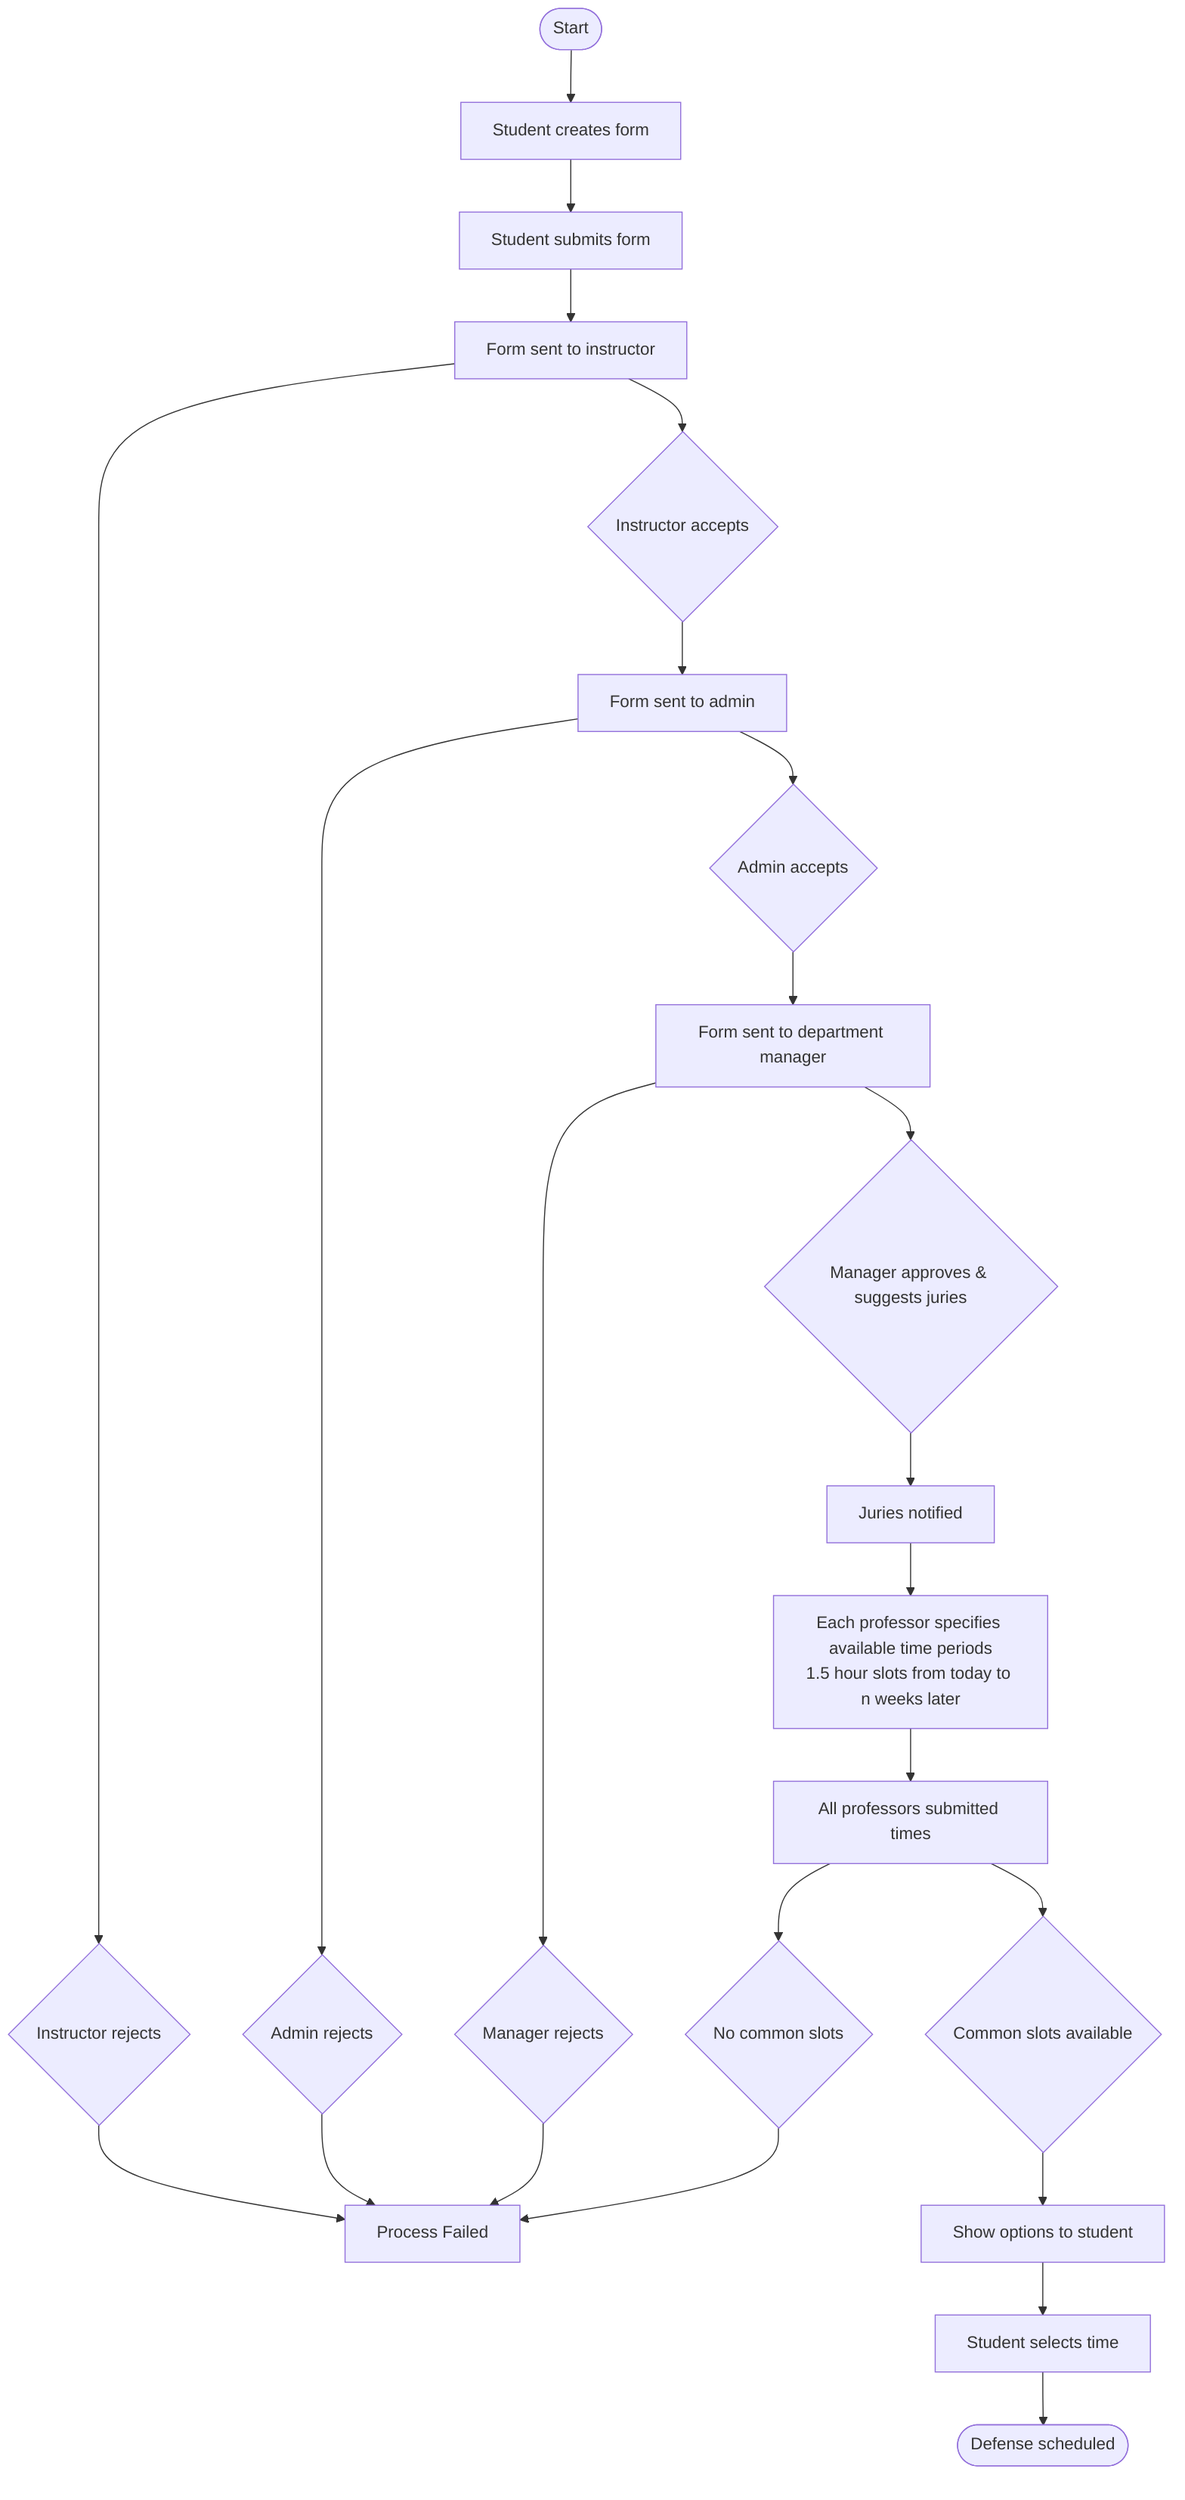
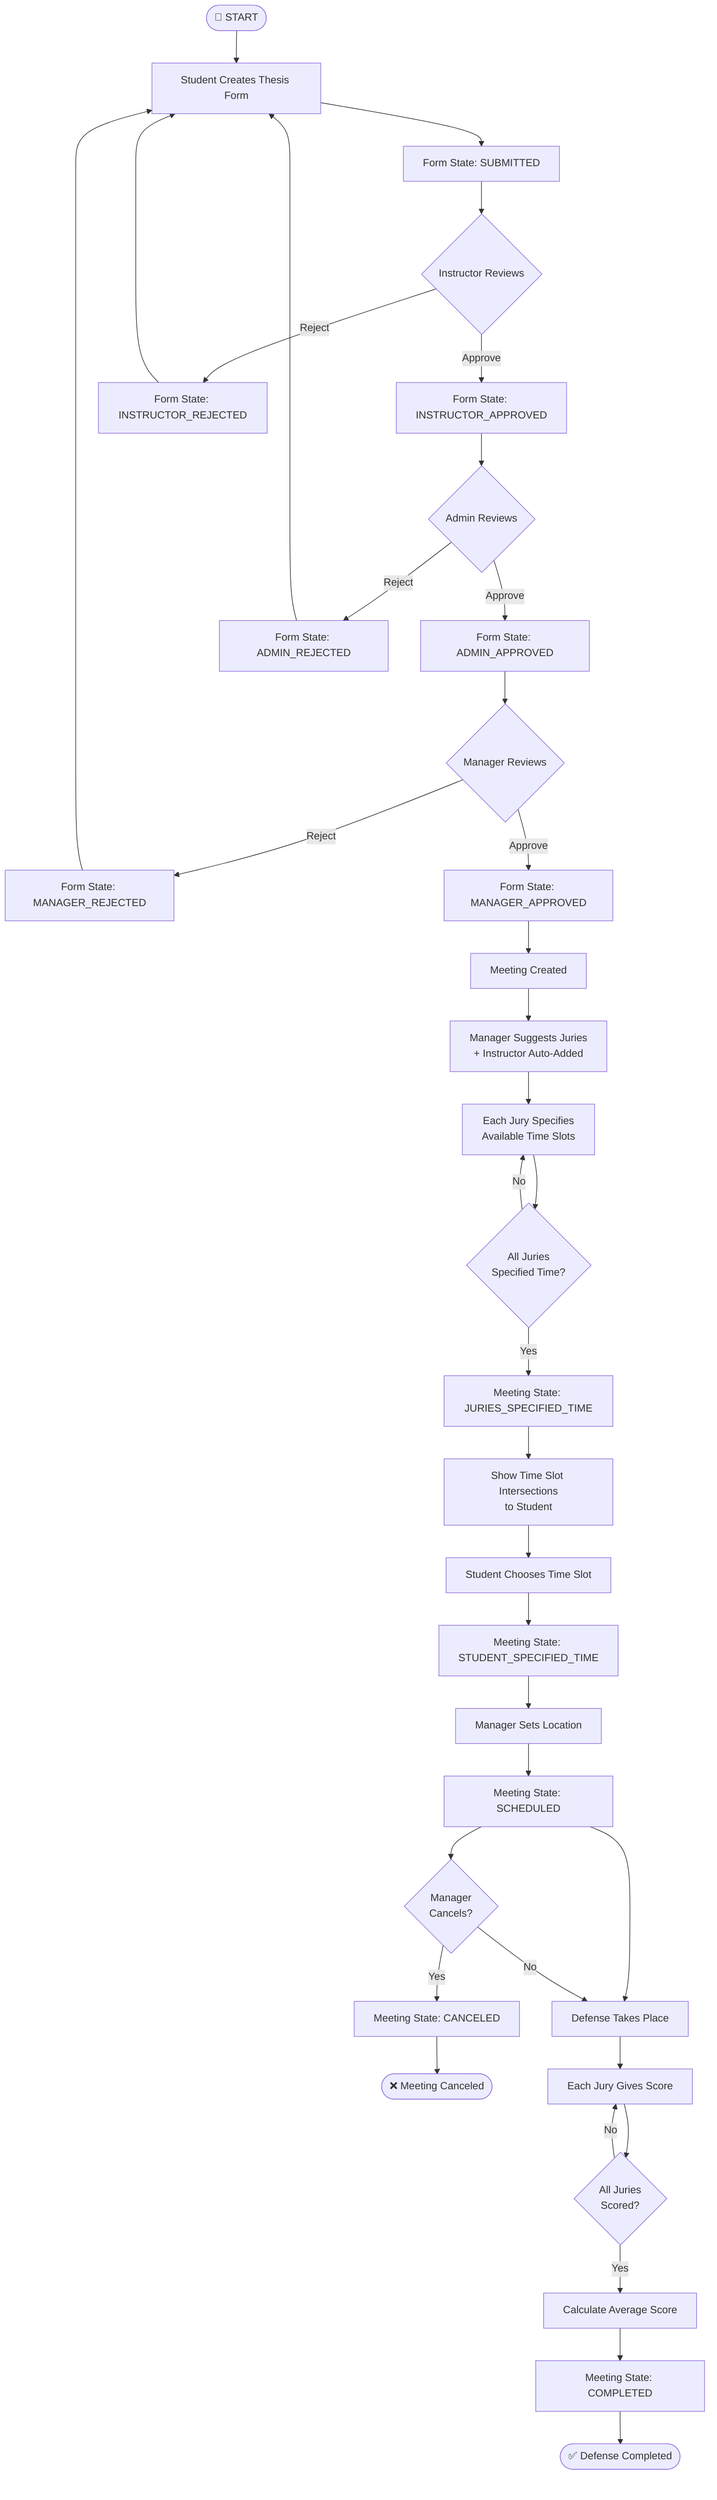
- flowchart TD
-     Start([Start]) --> Draft[Student creates form]
+     flowchart TB
+         START([🚀 START])
+     END_SUCCESS([✅ Defense Completed])
+     END_CANCEL([❌ Meeting Canceled])

-     Draft --> Submitted[Student submits form]
+     %% Student Initial Action
+     START --> S1[Student Creates Thesis Form]
+     S1 --> SUBMITTED[Form State: SUBMITTED]

-     Submitted --> InstructorReview[Form sent to instructor]
+     %% Instructor Review
+     SUBMITTED --> I_REVIEW{Instructor Reviews}
+     I_REVIEW -->|Approve| INST_APPROVED[Form State: INSTRUCTOR_APPROVED]
+     I_REVIEW -->|Reject| INST_REJECTED[Form State: INSTRUCTOR_REJECTED]
+     INST_REJECTED --> S1

-     InstructorReview --> InstructorRejected{Instructor rejects}
-     InstructorReview --> InstructorApproved{Instructor accepts}
+     %% Admin Review
+     INST_APPROVED --> A_REVIEW{Admin Reviews}
+     A_REVIEW -->|Approve| ADMIN_APPROVED[Form State: ADMIN_APPROVED]
+     A_REVIEW -->|Reject| ADMIN_REJECTED[Form State: ADMIN_REJECTED]
+     ADMIN_REJECTED --> S1

-     InstructorRejected --> End1([Process Failed])
+     %% Manager Review & Meeting Creation
+     ADMIN_APPROVED --> M_REVIEW{Manager Reviews}
+     M_REVIEW -->|Reject| MGR_REJECTED[Form State: MANAGER_REJECTED]
+     MGR_REJECTED --> S1
+     M_REVIEW -->|Approve| MGR_APPROVED[Form State: MANAGER_APPROVED]
+     MGR_APPROVED --> CREATE_MEETING[Meeting Created]
+     CREATE_MEETING --> SUGGEST_JURY[Manager Suggests Juries\n+ Instructor Auto-Added]

-     InstructorApproved --> AdminReview[Form sent to admin]
+     %% Jury Time Specification
+     SUGGEST_JURY --> JURY_TIME[Each Jury Specifies\nAvailable Time Slots]
+     JURY_TIME --> ALL_JURY{All Juries\nSpecified Time?}
+     ALL_JURY -->|No| JURY_TIME
+     ALL_JURY -->|Yes| JURIES_SPECIFIED[Meeting State: JURIES_SPECIFIED_TIME]

-     AdminReview --> AdminRejected{Admin rejects}
-     AdminReview --> AdminApproved{Admin accepts}
+     %% Student Time Selection
+     JURIES_SPECIFIED --> SHOW_INTERSECT[Show Time Slot Intersections\nto Student]
+     SHOW_INTERSECT --> STUDENT_CHOOSE[Student Chooses Time Slot]
+     STUDENT_CHOOSE --> STUDENT_SPECIFIED[Meeting State: STUDENT_SPECIFIED_TIME]

-     AdminRejected --> End1([Process Failed])
+     %% Manager Scheduling
+     STUDENT_SPECIFIED --> MGR_SCHEDULE[Manager Sets Location]
+     MGR_SCHEDULE --> SCHEDULED[Meeting State: SCHEDULED]

-     AdminApproved --> ManagerReview[Form sent to department manager]
+     %% Defense & Scoring
+     SCHEDULED --> DEFENSE[Defense Takes Place]
+     DEFENSE --> JURY_SCORE[Each Jury Gives Score]
+     JURY_SCORE --> ALL_SCORED{All Juries\nScored?}
+     ALL_SCORED -->|No| JURY_SCORE
+     ALL_SCORED -->|Yes| CALC_AVG[Calculate Average Score]
+     CALC_AVG --> COMPLETED[Meeting State: COMPLETED]
+     COMPLETED --> END_SUCCESS

-     ManagerReview --> ManagerRejected{Manager rejects}
-     ManagerReview --> JurySelection{Manager approves & suggests juries}
- 
-     ManagerRejected --> End1([Process Failed])
- 
-     JurySelection --> TimeCollection[Juries notified]
- 
-     TimeCollection --> TimeCollectionInProgress[Each professor specifies available time periods<br/>1.5 hour slots from today to n weeks later]
- 
-     TimeCollectionInProgress --> TimeCollectionComplete[All professors submitted times]
- 
-     TimeCollectionComplete --> CommonTimesFound{Common slots available}
-     TimeCollectionComplete --> NoCommonTimes{No common slots}
- 
-     NoCommonTimes --> End1[Process Failed]
- 
-     CommonTimesFound --> StudentTimeSelection[Show options to student]
- 
-     StudentTimeSelection --> Scheduled[Student selects time]
- 
-     Scheduled --> End([Defense scheduled])
+     %% Cancellation Path
+     SCHEDULED --> CANCEL{Manager\nCancels?}
+     CANCEL -->|Yes| CANCELED[Meeting State: CANCELED]
+     CANCELED --> END_CANCEL
+     CANCEL -->|No| DEFENSE
